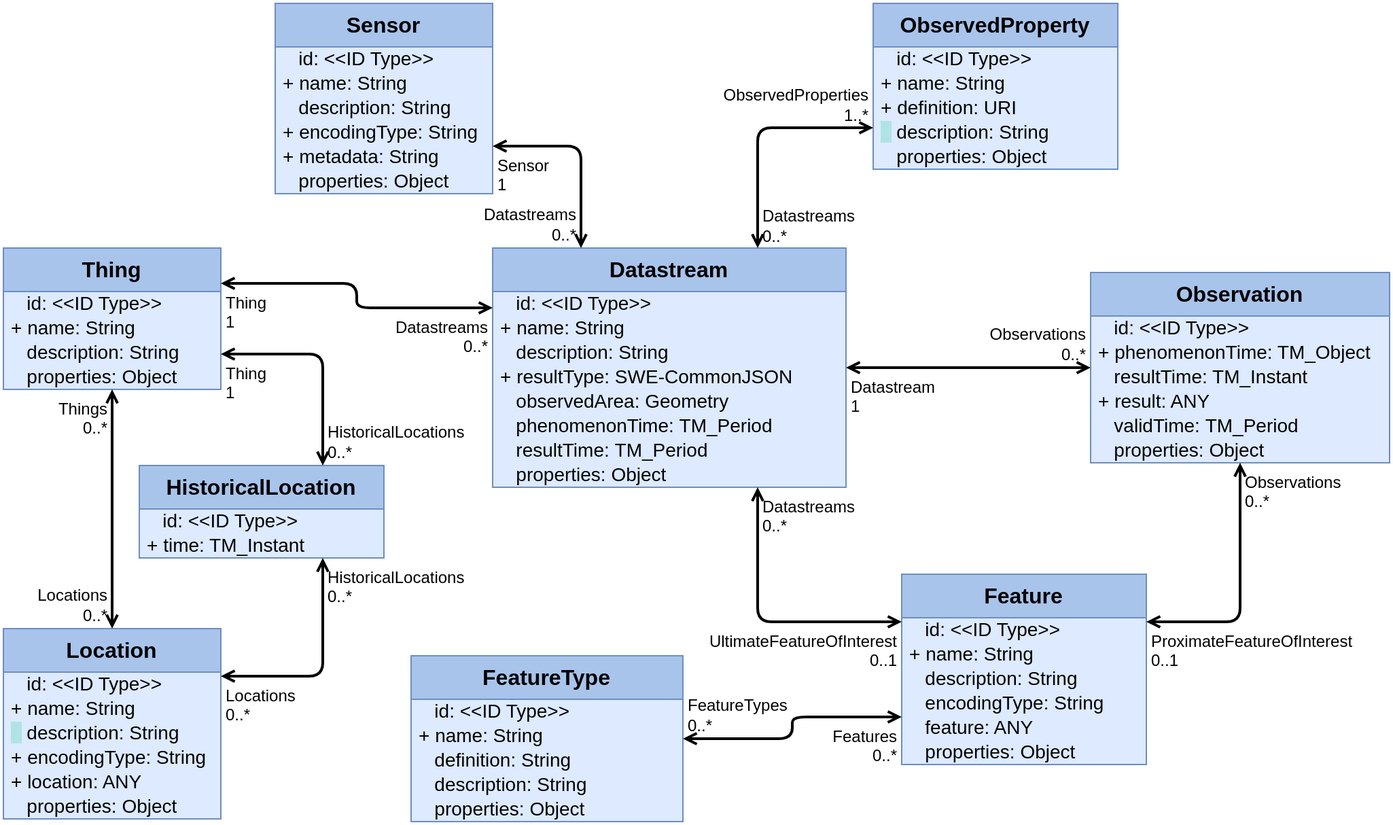
Above: figures/Datamodel-SensorThingsApi-V2-proposal-1-Core.drawio.png in opengeospatial/sensorthings (draw.io), before the change. Source tidied: cells renumbered, new cells last; positions are measured from the earlier drawing's top-left corner, leaving out a move shared by most shapes.
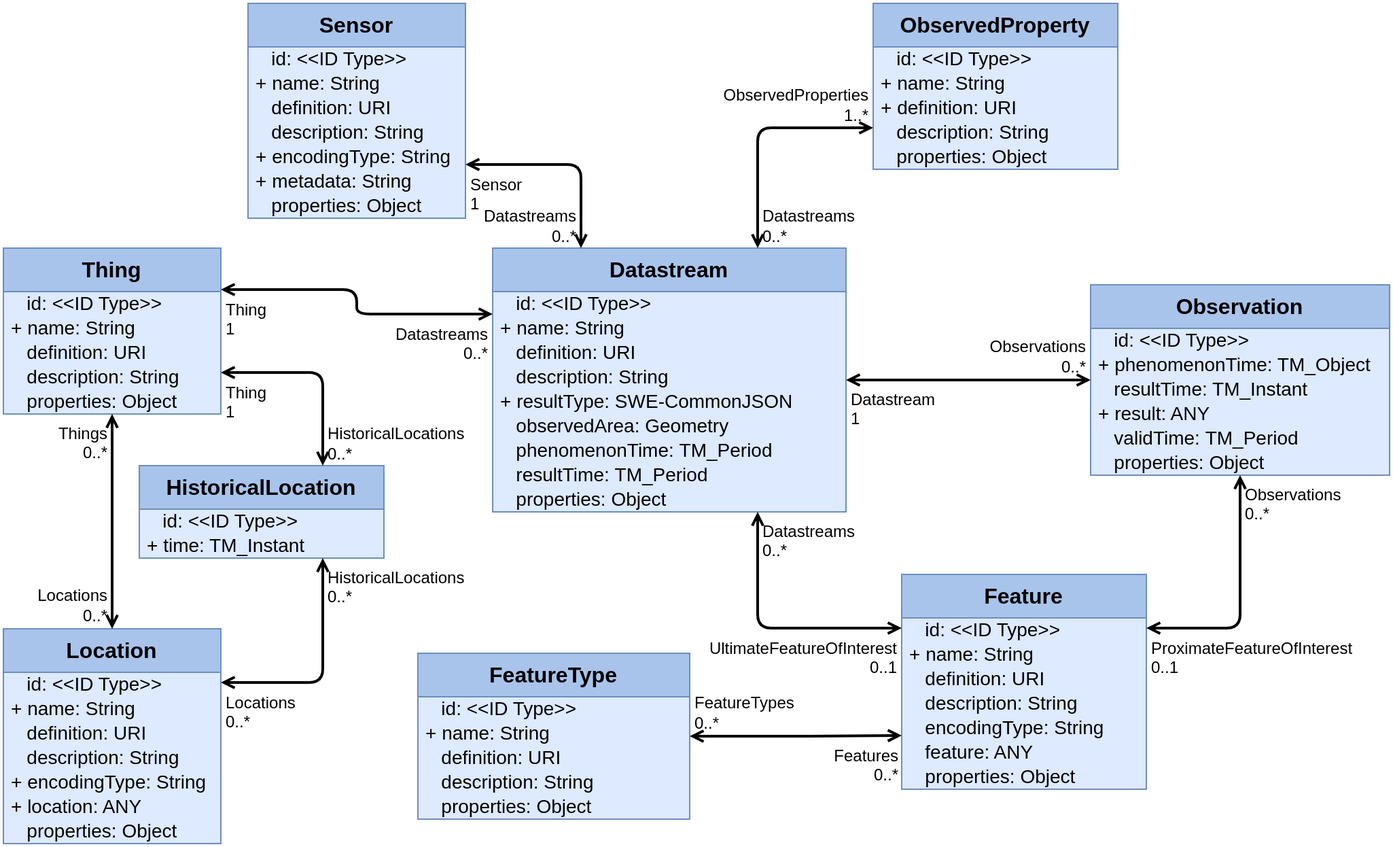
After the commit.

Commit message:
Added definition field to most EntityTypes

Change to the diagram source:
```diff
@@ -3,7 +3,7 @@
     <mxCell id="0" />
     <mxCell id="1" parent="0" />
     <mxCell id="2" value="Datastream" style="swimlane;fontStyle=1;horizontal=1;startSize=32;fontSize=16;whiteSpace=wrap;html=1;fillColor=#A9C4EB;strokeColor=#6c8ebf;swimlaneFillColor=#DDEAFF;verticalAlign=top;" parent="1" vertex="1">
-      <mxGeometry x="360" y="180" width="260" height="176" as="geometry" />
+      <mxGeometry x="360" y="180" width="260" height="194" as="geometry" />
     </mxCell>
     <mxCell id="3" value="&amp;nbsp;&amp;nbsp;&amp;nbsp;id: &amp;lt;&amp;lt;ID Type&amp;gt;&amp;gt;" style="text;strokeColor=none;fillColor=none;align=left;verticalAlign=middle;spacingLeft=4;spacingRight=4;overflow=visible;html=1;fontSize=14;" parent="2" vertex="1">
       <mxGeometry y="32" width="260" height="18" as="geometry" />
@@ -11,26 +11,29 @@
     <mxCell id="4" value="+ name: String" style="text;strokeColor=none;fillColor=none;align=left;verticalAlign=middle;spacingLeft=4;spacingRight=4;overflow=visible;html=1;fontSize=14;" parent="2" vertex="1">
       <mxGeometry y="50" width="260" height="18" as="geometry" />
     </mxCell>
+    <mxCell id="89" value="&amp;nbsp; &amp;nbsp;definition: URI" style="text;strokeColor=none;fillColor=none;align=left;verticalAlign=middle;spacingLeft=4;spacingRight=4;overflow=visible;html=1;fontSize=14;" parent="2" vertex="1">
+      <mxGeometry y="68" width="260" height="18" as="geometry" />
+    </mxCell>
     <mxCell id="5" value="&amp;nbsp; &amp;nbsp;description: String" style="text;strokeColor=none;fillColor=none;align=left;verticalAlign=middle;spacingLeft=4;spacingRight=4;overflow=visible;html=1;fontSize=14;" parent="2" vertex="1">
-      <mxGeometry y="68" width="260" height="18" as="geometry" />
+      <mxGeometry y="86" width="260" height="18" as="geometry" />
     </mxCell>
     <mxCell id="6" value="+ resultType: SWE-CommonJSON" style="text;strokeColor=none;fillColor=none;align=left;verticalAlign=middle;spacingLeft=4;spacingRight=4;overflow=visible;html=1;fontSize=14;" parent="2" vertex="1">
-      <mxGeometry y="86" width="260" height="18" as="geometry" />
+      <mxGeometry y="104" width="260" height="18" as="geometry" />
     </mxCell>
     <mxCell id="7" value="&amp;nbsp;&amp;nbsp;&amp;nbsp;observedArea: Geometry" style="text;strokeColor=none;fillColor=none;align=left;verticalAlign=middle;spacingLeft=4;spacingRight=4;overflow=visible;html=1;fontSize=14;" parent="2" vertex="1">
-      <mxGeometry y="104" width="260" height="18" as="geometry" />
+      <mxGeometry y="122" width="260" height="18" as="geometry" />
     </mxCell>
     <mxCell id="8" value="&amp;nbsp;&amp;nbsp;&amp;nbsp;phenomenonTime:&amp;nbsp;TM_Period" style="text;strokeColor=none;fillColor=none;align=left;verticalAlign=middle;spacingLeft=4;spacingRight=4;overflow=visible;html=1;fontSize=14;" parent="2" vertex="1">
-      <mxGeometry y="122" width="260" height="18" as="geometry" />
+      <mxGeometry y="140" width="260" height="18" as="geometry" />
     </mxCell>
     <mxCell id="9" value="&amp;nbsp;&amp;nbsp;&amp;nbsp;resultTime:&amp;nbsp;TM_Period" style="text;strokeColor=none;fillColor=none;align=left;verticalAlign=middle;spacingLeft=4;spacingRight=4;overflow=visible;html=1;fontSize=14;" parent="2" vertex="1">
-      <mxGeometry y="140" width="260" height="18" as="geometry" />
+      <mxGeometry y="158" width="260" height="18" as="geometry" />
     </mxCell>
     <mxCell id="10" value="&amp;nbsp;&amp;nbsp;&amp;nbsp;properties: Object" style="text;strokeColor=none;fillColor=none;align=left;verticalAlign=middle;spacingLeft=4;spacingRight=4;overflow=visible;html=1;fontSize=14;" parent="2" vertex="1">
-      <mxGeometry y="158" width="260" height="18" as="geometry" />
+      <mxGeometry y="176" width="260" height="18" as="geometry" />
     </mxCell>
     <mxCell id="11" value="Feature" style="swimlane;fontStyle=1;horizontal=1;startSize=32;fontSize=16;whiteSpace=wrap;html=1;fillColor=#A9C4EB;strokeColor=#6c8ebf;swimlaneFillColor=#DDEAFF;verticalAlign=top;" parent="1" vertex="1">
-      <mxGeometry x="661" y="420" width="180" height="140" as="geometry" />
+      <mxGeometry x="661" y="420" width="180" height="158" as="geometry" />
     </mxCell>
     <mxCell id="12" value="&amp;nbsp;&amp;nbsp;&amp;nbsp;id: &amp;lt;&amp;lt;ID Type&amp;gt;&amp;gt;" style="text;strokeColor=none;fillColor=none;align=left;verticalAlign=middle;spacingLeft=4;spacingRight=4;overflow=visible;html=1;fontSize=14;" parent="11" vertex="1">
       <mxGeometry y="32" width="180" height="18" as="geometry" />
@@ -38,17 +41,20 @@
     <mxCell id="13" value="+ name: String" style="text;strokeColor=none;fillColor=none;align=left;verticalAlign=middle;spacingLeft=4;spacingRight=4;overflow=visible;html=1;fontSize=14;" parent="11" vertex="1">
       <mxGeometry y="50" width="180" height="18" as="geometry" />
     </mxCell>
+    <mxCell id="90" value="&amp;nbsp; &amp;nbsp;definition: URI" style="text;strokeColor=none;fillColor=none;align=left;verticalAlign=middle;spacingLeft=4;spacingRight=4;overflow=visible;html=1;fontSize=14;" parent="11" vertex="1">
+      <mxGeometry y="68" width="180" height="18" as="geometry" />
+    </mxCell>
     <mxCell id="14" value="&amp;nbsp; &amp;nbsp;description: String" style="text;strokeColor=none;fillColor=none;align=left;verticalAlign=middle;spacingLeft=4;spacingRight=4;overflow=visible;html=1;fontSize=14;" parent="11" vertex="1">
-      <mxGeometry y="68" width="180" height="18" as="geometry" />
+      <mxGeometry y="86" width="180" height="18" as="geometry" />
     </mxCell>
     <mxCell id="15" value="&amp;nbsp; &amp;nbsp;encodingType: String" style="text;strokeColor=none;fillColor=none;align=left;verticalAlign=middle;spacingLeft=4;spacingRight=4;overflow=visible;html=1;fontSize=14;" parent="11" vertex="1">
-      <mxGeometry y="86" width="180" height="18" as="geometry" />
+      <mxGeometry y="104" width="180" height="18" as="geometry" />
     </mxCell>
     <mxCell id="16" value="&amp;nbsp; &amp;nbsp;feature: ANY" style="text;strokeColor=none;fillColor=none;align=left;verticalAlign=middle;spacingLeft=4;spacingRight=4;overflow=visible;html=1;fontSize=14;" parent="11" vertex="1">
-      <mxGeometry y="104" width="180" height="18" as="geometry" />
+      <mxGeometry y="122" width="180" height="18" as="geometry" />
     </mxCell>
     <mxCell id="17" value="&amp;nbsp;&amp;nbsp;&amp;nbsp;properties: Object" style="text;strokeColor=none;fillColor=none;align=left;verticalAlign=middle;spacingLeft=4;spacingRight=4;overflow=visible;html=1;fontSize=14;" parent="11" vertex="1">
-      <mxGeometry y="122" width="180" height="18" as="geometry" />
+      <mxGeometry y="140" width="180" height="18" as="geometry" />
     </mxCell>
     <mxCell id="18" style="endArrow=open;startArrow=open;html=1;rounded=1;exitX=0;exitY=0.25;exitDx=0;exitDy=0;edgeStyle=orthogonalEdgeStyle;entryX=0.75;entryY=1;entryDx=0;entryDy=0;curved=0;strokeWidth=2;startFill=0;endFill=0;" parent="1" edge="1" source="11" target="2">
       <mxGeometry relative="1" as="geometry" />
@@ -60,7 +66,7 @@
       <mxGeometry x="1" relative="1" as="geometry" />
     </mxCell>
     <mxCell id="21" value="FeatureType" style="swimlane;fontStyle=1;horizontal=1;startSize=32;fontSize=16;whiteSpace=wrap;html=1;fillColor=#A9C4EB;strokeColor=#6c8ebf;swimlaneFillColor=#DDEAFF;verticalAlign=top;" parent="1" vertex="1">
-      <mxGeometry x="300" y="480" width="200" height="122" as="geometry" />
+      <mxGeometry x="305" y="478" width="200" height="122" as="geometry" />
     </mxCell>
     <mxCell id="22" value="&amp;nbsp;&amp;nbsp;&amp;nbsp;id: &amp;lt;&amp;lt;ID Type&amp;gt;&amp;gt;" style="text;strokeColor=none;fillColor=none;align=left;verticalAlign=middle;spacingLeft=4;spacingRight=4;overflow=visible;html=1;fontSize=14;" parent="21" vertex="1">
       <mxGeometry y="32" width="200" height="18" as="geometry" />
@@ -68,7 +74,7 @@
     <mxCell id="23" value="+ name: String" style="text;strokeColor=none;fillColor=none;align=left;verticalAlign=middle;spacingLeft=4;spacingRight=4;overflow=visible;html=1;fontSize=14;" parent="21" vertex="1">
       <mxGeometry y="50" width="200" height="18" as="geometry" />
     </mxCell>
-    <mxCell id="24" value="&amp;nbsp; &amp;nbsp;definition: String" style="text;strokeColor=none;fillColor=none;align=left;verticalAlign=middle;spacingLeft=4;spacingRight=4;overflow=visible;html=1;fontSize=14;" parent="21" vertex="1">
+    <mxCell id="24" value="&amp;nbsp; &amp;nbsp;definition: URI" style="text;strokeColor=none;fillColor=none;align=left;verticalAlign=middle;spacingLeft=4;spacingRight=4;overflow=visible;html=1;fontSize=14;" parent="21" vertex="1">
       <mxGeometry y="68" width="200" height="18" as="geometry" />
     </mxCell>
     <mxCell id="25" value="&amp;nbsp;&amp;nbsp;&amp;nbsp;description: String" style="text;strokeColor=none;fillColor=none;align=left;verticalAlign=middle;spacingLeft=4;spacingRight=4;overflow=visible;html=1;fontSize=14;" parent="21" vertex="1">
@@ -96,7 +102,7 @@
       <mxGeometry y="50" width="180" height="18" as="geometry" />
     </mxCell>
     <mxCell id="33" value="Location" style="swimlane;fontStyle=1;horizontal=1;startSize=32;fontSize=16;whiteSpace=wrap;html=1;fillColor=#A9C4EB;strokeColor=#6c8ebf;swimlaneFillColor=#DDEAFF;verticalAlign=top;" parent="1" vertex="1">
-      <mxGeometry y="460" width="160" height="140" as="geometry" />
+      <mxGeometry y="460" width="160" height="158" as="geometry" />
     </mxCell>
     <mxCell id="34" value="&amp;nbsp;&amp;nbsp;&amp;nbsp;id: &amp;lt;&amp;lt;ID Type&amp;gt;&amp;gt;" style="text;strokeColor=none;fillColor=none;align=left;verticalAlign=middle;spacingLeft=4;spacingRight=4;overflow=visible;html=1;fontSize=14;" parent="33" vertex="1">
       <mxGeometry y="32" width="160" height="18" as="geometry" />
@@ -104,17 +110,20 @@
     <mxCell id="35" value="+ name: String" style="text;strokeColor=none;fillColor=none;align=left;verticalAlign=middle;spacingLeft=4;spacingRight=4;overflow=visible;html=1;fontSize=14;" parent="33" vertex="1">
       <mxGeometry y="50" width="160" height="18" as="geometry" />
     </mxCell>
+    <mxCell id="91" value="&amp;nbsp; &amp;nbsp;definition: URI" style="text;strokeColor=none;fillColor=none;align=left;verticalAlign=middle;spacingLeft=4;spacingRight=4;overflow=visible;html=1;fontSize=14;" parent="33" vertex="1">
+      <mxGeometry y="68" width="160" height="18" as="geometry" />
+    </mxCell>
-    <mxCell id="36" value="&lt;span style=&quot;background-color: rgb(176, 227, 230);&quot;&gt;&amp;nbsp; &lt;/span&gt;&amp;nbsp;description: String" style="text;strokeColor=none;fillColor=none;align=left;verticalAlign=middle;spacingLeft=4;spacingRight=4;overflow=visible;html=1;fontSize=14;" parent="33" vertex="1">
-      <mxGeometry y="68" width="160" height="18" as="geometry" />
+    <mxCell id="36" value="&amp;nbsp; &amp;nbsp;description: String" style="text;strokeColor=none;fillColor=none;align=left;verticalAlign=middle;spacingLeft=4;spacingRight=4;overflow=visible;html=1;fontSize=14;" parent="33" vertex="1">
+      <mxGeometry y="86" width="160" height="18" as="geometry" />
     </mxCell>
     <mxCell id="37" value="+ encodingType: String" style="text;strokeColor=none;fillColor=none;align=left;verticalAlign=middle;spacingLeft=4;spacingRight=4;overflow=visible;html=1;fontSize=14;" parent="33" vertex="1">
-      <mxGeometry y="86" width="160" height="18" as="geometry" />
+      <mxGeometry y="104" width="160" height="18" as="geometry" />
     </mxCell>
     <mxCell id="38" value="+ location: ANY" style="text;strokeColor=none;fillColor=none;align=left;verticalAlign=middle;spacingLeft=4;spacingRight=4;overflow=visible;html=1;fontSize=14;" parent="33" vertex="1">
-      <mxGeometry y="104" width="160" height="18" as="geometry" />
+      <mxGeometry y="122" width="160" height="18" as="geometry" />
     </mxCell>
     <mxCell id="39" value="&amp;nbsp;&amp;nbsp;&amp;nbsp;properties: Object" style="text;strokeColor=none;fillColor=none;align=left;verticalAlign=middle;spacingLeft=4;spacingRight=4;overflow=visible;html=1;fontSize=14;" parent="33" vertex="1">
-      <mxGeometry y="122" width="160" height="18" as="geometry" />
+      <mxGeometry y="140" width="160" height="18" as="geometry" />
     </mxCell>
     <mxCell id="40" style="endArrow=open;startArrow=open;html=1;rounded=1;entryX=0.75;entryY=1;entryDx=0;entryDy=0;edgeStyle=orthogonalEdgeStyle;exitX=1;exitY=0.25;exitDx=0;exitDy=0;strokeWidth=2;curved=0;startFill=0;endFill=0;" parent="1" edge="1" source="33" target="30">
       <mxGeometry relative="1" as="geometry" />
@@ -126,7 +135,7 @@
       <mxGeometry x="1" relative="1" as="geometry" />
     </mxCell>
     <mxCell id="43" value="Observation" style="swimlane;fontStyle=1;horizontal=1;startSize=32;fontSize=16;whiteSpace=wrap;html=1;fillColor=#A9C4EB;strokeColor=#6c8ebf;swimlaneFillColor=#DDEAFF;verticalAlign=top;" parent="1" vertex="1">
-      <mxGeometry x="800" y="198" width="220" height="140" as="geometry" />
+      <mxGeometry x="800" y="207" width="220" height="140" as="geometry" />
     </mxCell>
     <mxCell id="44" value="&amp;nbsp;&amp;nbsp;&amp;nbsp;id: &amp;lt;&amp;lt;ID Type&amp;gt;&amp;gt;" style="text;strokeColor=none;fillColor=none;align=left;verticalAlign=middle;spacingLeft=4;spacingRight=4;overflow=visible;html=1;fontSize=14;" parent="43" vertex="1">
       <mxGeometry y="32" width="220" height="18" as="geometry" />
@@ -176,7 +185,7 @@
     <mxCell id="59" value="+ definition: URI" style="text;strokeColor=none;fillColor=none;align=left;verticalAlign=middle;spacingLeft=4;spacingRight=4;overflow=visible;html=1;fontSize=14;" parent="56" vertex="1">
       <mxGeometry y="68" width="180" height="18" as="geometry" />
     </mxCell>
-    <mxCell id="60" value="&lt;span style=&quot;background-color: rgb(176, 227, 230);&quot;&gt;&amp;nbsp; &lt;/span&gt;&amp;nbsp;description: String" style="text;strokeColor=none;fillColor=none;align=left;verticalAlign=middle;spacingLeft=4;spacingRight=4;overflow=visible;html=1;fontSize=14;" parent="56" vertex="1">
+    <mxCell id="60" value="&amp;nbsp; &amp;nbsp;description: String" style="text;strokeColor=none;fillColor=none;align=left;verticalAlign=middle;spacingLeft=4;spacingRight=4;overflow=visible;html=1;fontSize=14;" parent="56" vertex="1">
       <mxGeometry y="86" width="180" height="18" as="geometry" />
     </mxCell>
     <mxCell id="61" value="&amp;nbsp;&amp;nbsp;&amp;nbsp;properties: Object" style="text;strokeColor=none;fillColor=none;align=left;verticalAlign=middle;spacingLeft=4;spacingRight=4;overflow=visible;html=1;fontSize=14;" parent="56" vertex="1">
@@ -192,7 +201,7 @@
       <mxGeometry x="1" relative="1" as="geometry" />
     </mxCell>
     <mxCell id="65" value="Sensor" style="swimlane;fontStyle=1;horizontal=1;startSize=32;fontSize=16;whiteSpace=wrap;html=1;fillColor=#A9C4EB;strokeColor=#6c8ebf;swimlaneFillColor=#DDEAFF;verticalAlign=top;" parent="1" vertex="1">
-      <mxGeometry x="200" width="160" height="140" as="geometry" />
+      <mxGeometry x="180" width="160" height="158" as="geometry" />
     </mxCell>
     <mxCell id="66" value="&amp;nbsp;&amp;nbsp;&amp;nbsp;id: &amp;lt;&amp;lt;ID Type&amp;gt;&amp;gt;" style="text;strokeColor=none;fillColor=none;align=left;verticalAlign=middle;spacingLeft=4;spacingRight=4;overflow=visible;html=1;fontSize=14;" parent="65" vertex="1">
       <mxGeometry y="32" width="160" height="18" as="geometry" />
@@ -200,17 +209,20 @@
     <mxCell id="67" value="+ name: String" style="text;strokeColor=none;fillColor=none;align=left;verticalAlign=middle;spacingLeft=4;spacingRight=4;overflow=visible;html=1;fontSize=14;" parent="65" vertex="1">
       <mxGeometry y="50" width="160" height="18" as="geometry" />
     </mxCell>
+    <mxCell id="92" value="&amp;nbsp; &amp;nbsp;definition: URI" style="text;strokeColor=none;fillColor=none;align=left;verticalAlign=middle;spacingLeft=4;spacingRight=4;overflow=visible;html=1;fontSize=14;" parent="65" vertex="1">
+      <mxGeometry y="68" width="160" height="18" as="geometry" />
+    </mxCell>
     <mxCell id="68" value="&amp;nbsp; &amp;nbsp;description: String" style="text;strokeColor=none;fillColor=none;align=left;verticalAlign=middle;spacingLeft=4;spacingRight=4;overflow=visible;html=1;fontSize=14;" parent="65" vertex="1">
-      <mxGeometry y="68" width="160" height="18" as="geometry" />
+      <mxGeometry y="86" width="160" height="18" as="geometry" />
     </mxCell>
     <mxCell id="69" value="+ encodingType: String" style="text;strokeColor=none;fillColor=none;align=left;verticalAlign=middle;spacingLeft=4;spacingRight=4;overflow=visible;html=1;fontSize=14;" parent="65" vertex="1">
-      <mxGeometry y="86" width="160" height="18" as="geometry" />
+      <mxGeometry y="104" width="160" height="18" as="geometry" />
     </mxCell>
     <mxCell id="70" value="+ metadata: String" style="text;strokeColor=none;fillColor=none;align=left;verticalAlign=middle;spacingLeft=4;spacingRight=4;overflow=visible;html=1;fontSize=14;" parent="65" vertex="1">
-      <mxGeometry y="104" width="160" height="18" as="geometry" />
+      <mxGeometry y="122" width="160" height="18" as="geometry" />
     </mxCell>
     <mxCell id="71" value="&amp;nbsp;&amp;nbsp;&amp;nbsp;properties: Object" style="text;strokeColor=none;fillColor=none;align=left;verticalAlign=middle;spacingLeft=4;spacingRight=4;overflow=visible;html=1;fontSize=14;" parent="65" vertex="1">
-      <mxGeometry y="122" width="160" height="18" as="geometry" />
+      <mxGeometry y="140" width="160" height="18" as="geometry" />
     </mxCell>
     <mxCell id="72" style="endArrow=open;startArrow=open;html=1;rounded=1;entryX=0.25;entryY=0;entryDx=0;entryDy=0;edgeStyle=orthogonalEdgeStyle;exitX=1;exitY=0.75;exitDx=0;exitDy=0;curved=0;strokeWidth=2;startFill=0;endFill=0;" parent="1" edge="1" source="65" target="2">
       <mxGeometry relative="1" as="geometry" />
@@ -222,7 +234,7 @@
       <mxGeometry x="1" relative="1" as="geometry" />
     </mxCell>
     <mxCell id="75" value="Thing" style="swimlane;fontStyle=1;horizontal=1;startSize=32;fontSize=16;whiteSpace=wrap;html=1;fillColor=#A9C4EB;strokeColor=#6c8ebf;swimlaneFillColor=#DDEAFF;verticalAlign=top;" parent="1" vertex="1">
-      <mxGeometry y="180" width="160" height="104" as="geometry" />
+      <mxGeometry y="180" width="160" height="122" as="geometry" />
     </mxCell>
     <mxCell id="76" value="&amp;nbsp;&amp;nbsp;&amp;nbsp;id: &amp;lt;&amp;lt;ID Type&amp;gt;&amp;gt;" style="text;strokeColor=none;fillColor=none;align=left;verticalAlign=middle;spacingLeft=4;spacingRight=4;overflow=visible;html=1;fontSize=14;" parent="75" vertex="1">
       <mxGeometry y="32" width="160" height="18" as="geometry" />
@@ -230,11 +242,14 @@
     <mxCell id="77" value="+ name: String" style="text;strokeColor=none;fillColor=none;align=left;verticalAlign=middle;spacingLeft=4;spacingRight=4;overflow=visible;html=1;fontSize=14;" parent="75" vertex="1">
       <mxGeometry y="50" width="160" height="18" as="geometry" />
     </mxCell>
+    <mxCell id="93" value="&amp;nbsp; &amp;nbsp;definition: URI" style="text;strokeColor=none;fillColor=none;align=left;verticalAlign=middle;spacingLeft=4;spacingRight=4;overflow=visible;html=1;fontSize=14;" parent="75" vertex="1">
+      <mxGeometry y="68" width="160" height="18" as="geometry" />
+    </mxCell>
     <mxCell id="78" value="&amp;nbsp; &amp;nbsp;description: String" style="text;strokeColor=none;fillColor=none;align=left;verticalAlign=middle;spacingLeft=4;spacingRight=4;overflow=visible;html=1;fontSize=14;" parent="75" vertex="1">
-      <mxGeometry y="68" width="160" height="18" as="geometry" />
+      <mxGeometry y="86" width="160" height="18" as="geometry" />
     </mxCell>
     <mxCell id="79" value="&amp;nbsp;&amp;nbsp;&amp;nbsp;properties: Object" style="text;strokeColor=none;fillColor=none;align=left;verticalAlign=middle;spacingLeft=4;spacingRight=4;overflow=visible;html=1;fontSize=14;" parent="75" vertex="1">
-      <mxGeometry y="86" width="160" height="18" as="geometry" />
+      <mxGeometry y="104" width="160" height="18" as="geometry" />
     </mxCell>
     <mxCell id="80" style="endArrow=open;startArrow=open;html=1;rounded=1;exitX=1;exitY=0.75;exitDx=0;exitDy=0;edgeStyle=orthogonalEdgeStyle;entryX=0.75;entryY=0;entryDx=0;entryDy=0;strokeWidth=2;curved=0;startFill=0;endFill=0;" parent="1" edge="1" source="75" target="30">
       <mxGeometry relative="1" as="geometry" />
```
